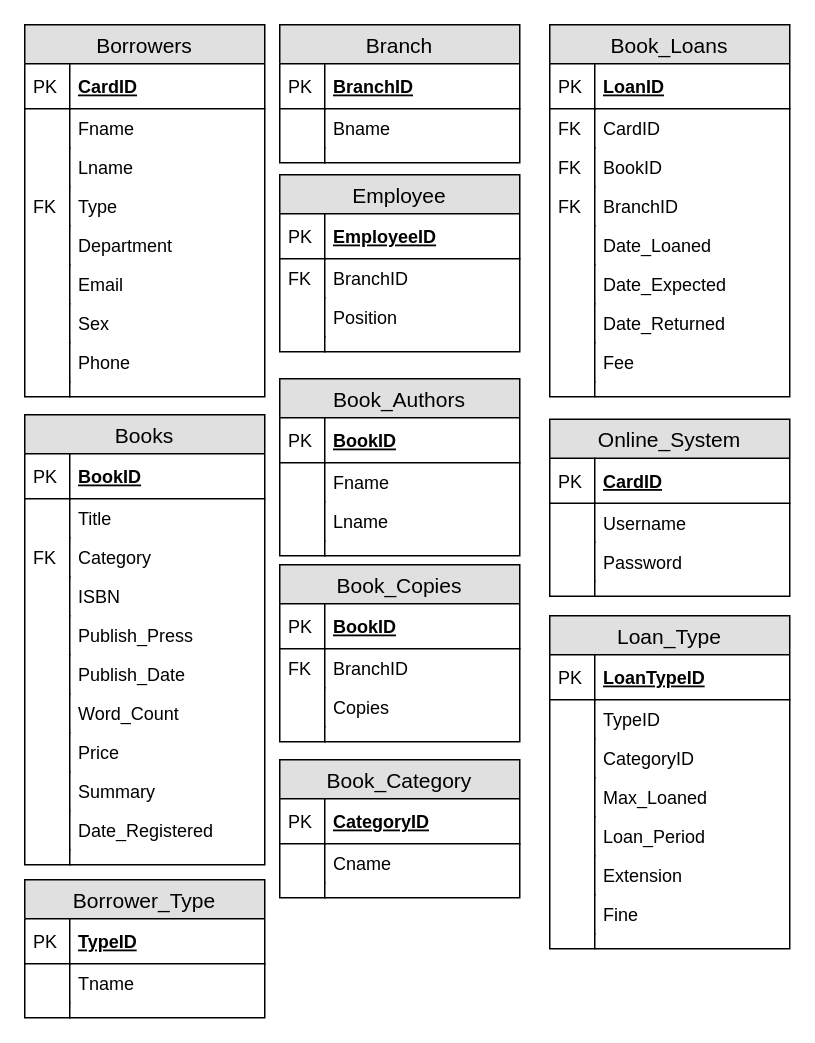
pr0jectf3/library_management_database keeps this draw.io diagram as diagrams/drawio/library_relation_schema.drawio. Above is the earlier version. Source tidied: cells renumbered, new cells numbered last; positions are measured from the earlier drawing's top-left corner, leaving out a move shared by most shapes. Both pictures are drawn from the tidied source at 150%, with x=0, y=0 at pixel (24, 24).
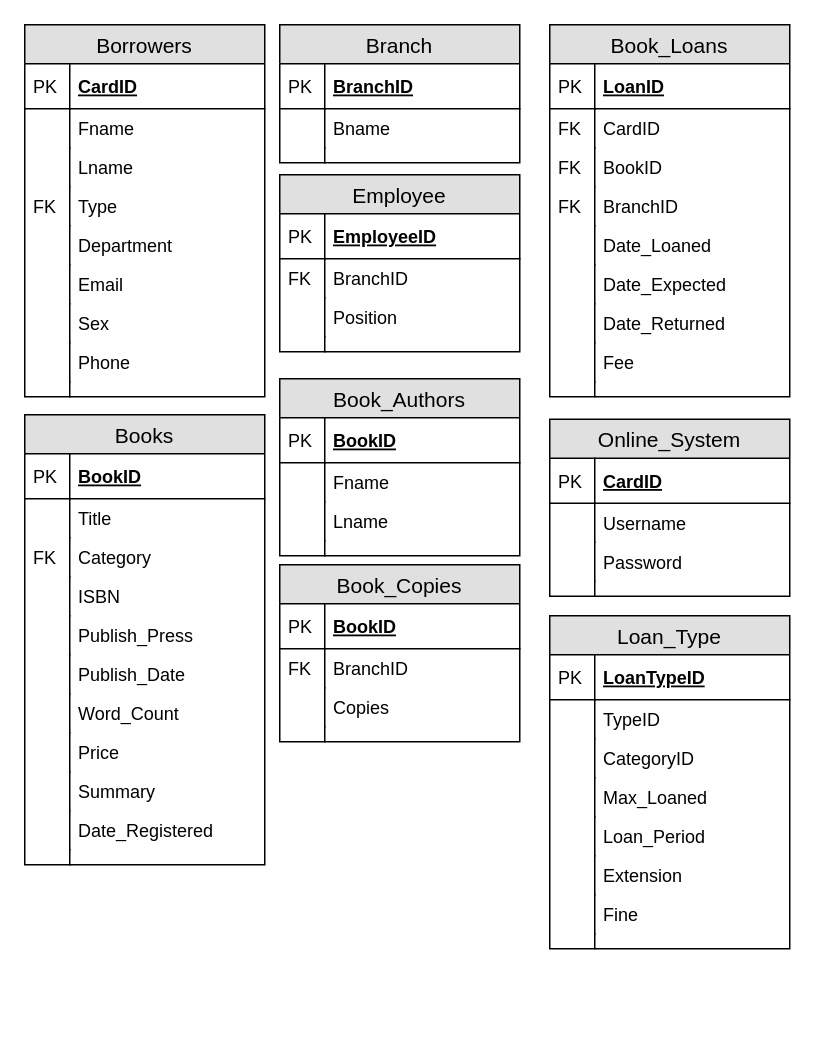
After the change.

Commit message (it also covers changes not shown here):
added create online acct trigger

What changed in the source:
```diff
@@
-    <mxCell id="97" value="Book_Category" style="swimlane;fontStyle=0;horizontal=1;startSize=26;fillColor=#e0e0e0;swimlaneFillColor=#ffffff;align=center;fontSize=14;" parent="1" vertex="1">
-      <mxGeometry x="170" y="490" width="160" height="92" as="geometry" />
-    </mxCell>
-    <mxCell id="98" value="CategoryID" style="shape=partialRectangle;top=0;left=0;right=0;bottom=1;align=left;verticalAlign=middle;fillColor=none;spacingLeft=34;spacingRight=4;overflow=hidden;fontStyle=5;fontSize=12;strokeColor=#000000;" parent="97" vertex="1">
-      <mxGeometry y="26" width="160" height="30" as="geometry" />
-    </mxCell>
-    <mxCell id="99" value="PK" style="shape=partialRectangle;top=0;left=0;bottom=0;fillColor=none;align=left;verticalAlign=middle;spacingLeft=4;spacingRight=4;overflow=hidden;fontSize=12;" parent="98" vertex="1">
-      <mxGeometry width="30" height="30" as="geometry" />
-    </mxCell>
-    <mxCell id="100" value="Cname" style="shape=partialRectangle;top=0;left=0;right=0;bottom=0;align=left;verticalAlign=top;fillColor=none;spacingLeft=34;spacingRight=4;overflow=hidden;fontSize=12;" parent="97" vertex="1">
-      <mxGeometry y="56" width="160" height="26" as="geometry" />
-    </mxCell>
-    <mxCell id="101" style="shape=partialRectangle;top=0;left=0;bottom=0;fillColor=none;align=left;verticalAlign=top;spacingLeft=4;spacingRight=4;overflow=hidden;fontSize=12;" parent="100" vertex="1">
-      <mxGeometry width="30" height="26" as="geometry" />
-    </mxCell>
-    <mxCell id="102" style="shape=partialRectangle;top=0;left=0;right=0;bottom=0;align=left;verticalAlign=top;fillColor=none;spacingLeft=34;spacingRight=4;overflow=hidden;fontSize=12;" parent="97" vertex="1">
-      <mxGeometry y="82" width="160" height="10" as="geometry" />
-    </mxCell>
-    <mxCell id="103" style="shape=partialRectangle;top=0;left=0;bottom=0;fillColor=none;align=left;verticalAlign=top;spacingLeft=4;spacingRight=4;overflow=hidden;fontSize=12;" parent="102" vertex="1">
-      <mxGeometry width="30" height="10" as="geometry" />
-    </mxCell>
-    <mxCell id="104" value="Borrower_Type" style="swimlane;fontStyle=0;horizontal=1;startSize=26;fillColor=#e0e0e0;swimlaneFillColor=#ffffff;align=center;fontSize=14;" parent="1" vertex="1">
-      <mxGeometry y="570" width="160" height="92" as="geometry" />
-    </mxCell>
-    <mxCell id="105" value="TypeID" style="shape=partialRectangle;top=0;left=0;right=0;bottom=1;align=left;verticalAlign=middle;fillColor=none;spacingLeft=34;spacingRight=4;overflow=hidden;fontStyle=5;fontSize=12;" parent="104" vertex="1">
-      <mxGeometry y="26" width="160" height="30" as="geometry" />
-    </mxCell>
-    <mxCell id="106" value="PK" style="shape=partialRectangle;top=0;left=0;bottom=0;fillColor=none;align=left;verticalAlign=middle;spacingLeft=4;spacingRight=4;overflow=hidden;fontSize=12;" parent="105" vertex="1">
-      <mxGeometry width="30" height="30" as="geometry" />
-    </mxCell>
-    <mxCell id="107" value="Tname" style="shape=partialRectangle;top=0;left=0;right=0;bottom=0;align=left;verticalAlign=top;fillColor=none;spacingLeft=34;spacingRight=4;overflow=hidden;fontSize=12;" parent="104" vertex="1">
-      <mxGeometry y="56" width="160" height="26" as="geometry" />
-    </mxCell>
-    <mxCell id="108" style="shape=partialRectangle;top=0;left=0;bottom=0;fillColor=none;align=left;verticalAlign=top;spacingLeft=4;spacingRight=4;overflow=hidden;fontSize=12;" parent="107" vertex="1">
-      <mxGeometry width="30" height="26" as="geometry" />
-    </mxCell>
-    <mxCell id="109" style="shape=partialRectangle;top=0;left=0;right=0;bottom=0;align=left;verticalAlign=top;fillColor=none;spacingLeft=34;spacingRight=4;overflow=hidden;fontSize=12;" parent="104" vertex="1">
-      <mxGeometry y="82" width="160" height="10" as="geometry" />
-    </mxCell>
-    <mxCell id="110" style="shape=partialRectangle;top=0;left=0;bottom=0;fillColor=none;align=left;verticalAlign=top;spacingLeft=4;spacingRight=4;overflow=hidden;fontSize=12;" parent="109" vertex="1">
-      <mxGeometry width="30" height="10" as="geometry" />
-    </mxCell>
```
